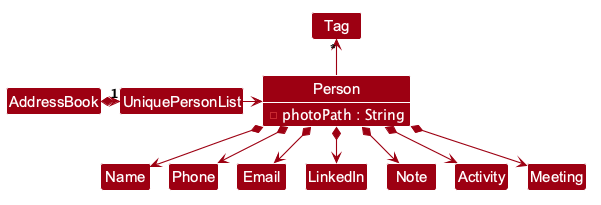
AY2627S1-CS2103T-W12-2/tp keeps this PlantUML diagram as docs/images/BetterModelClassDiagram.png. Above is the earlier version.
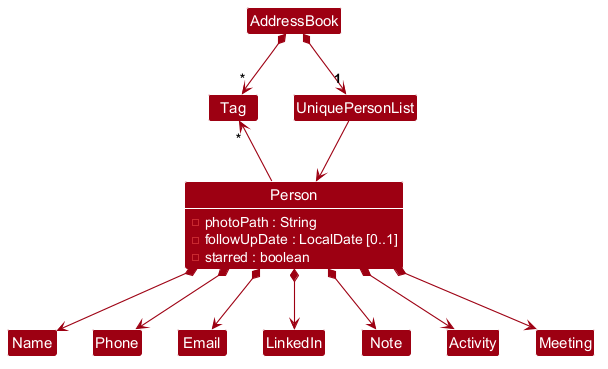
After the change.

Change to the diagram source:
```diff
@@ -1,5 +1,4 @@
 @startuml
-!pragma layout smetana
 !include style.puml
 skinparam arrowThickness 1.1
 skinparam arrowColor MODEL_COLOR
@@ -7,6 +6,7 @@
 skinparam classAttributeFontColor #FFFFFF
 
 AddressBook *-right-> "1" UniquePersonList
+AddressBook *-down-> "*" Tag
 
 UniquePersonList -right-> Person
 
@@ -21,6 +21,8 @@
 Person *--> Meeting
 class Person {
     - photoPath : String
+    - followUpDate : LocalDate [0..1]
+    - starred : boolean
 }
 show Person fields
 @enduml
```
